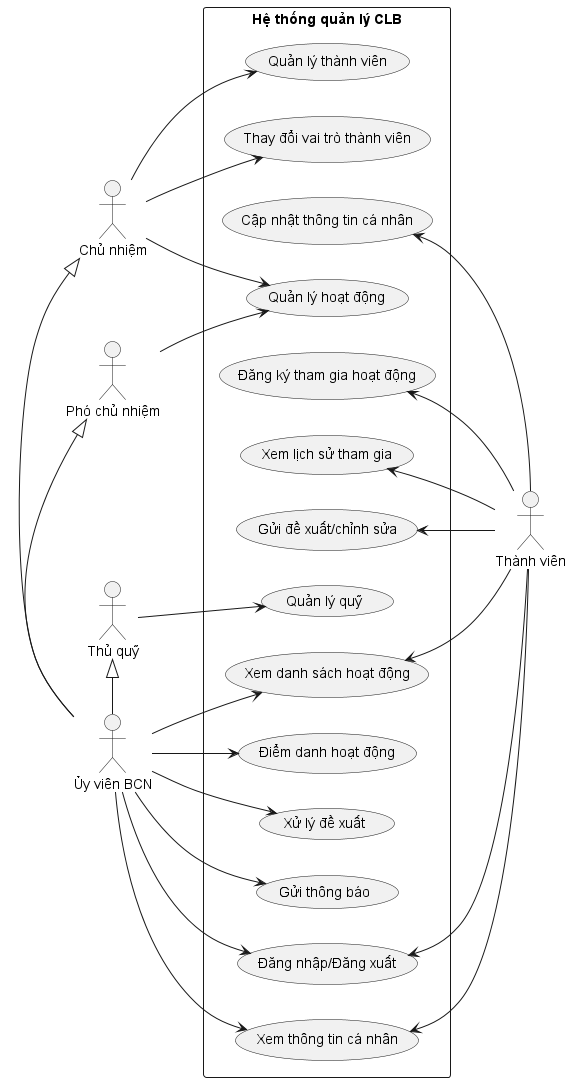
The PlantUML diagram out/d-usecase/d-usecase.png in ThanhdatOris/BookClub_MS, before a commit. Its diagram source:
```plantuml
@startuml
left to right direction
skinparam packageStyle rectangle

actor "Thành viên" as Member
actor "Ủy viên BCN" as UVBCN
actor "Chủ nhiệm" as CN
actor "Phó chủ nhiệm" as PCN

rectangle "Hệ thống quản lý CLB" {
    usecase "Đăng nhập/Đăng xuất" as UC1
    usecase "Xem thông tin cá nhân" as UC2
    usecase "Cập nhật thông tin cá nhân" as UC3
    usecase "Xem danh sách hoạt động" as UC4
    usecase "Đăng ký tham gia hoạt động" as UC5
    usecase "Xem lịch sử tham gia" as UC6
    usecase "Gửi đề xuất/chỉnh sửa" as UC7
    usecase "Điểm danh hoạt động" as UC8
    usecase "Xử lý đề xuất" as UC9
    usecase "Gửi thông báo" as UC10
    usecase "Quản lý thành viên" as UC11
    usecase "Thay đổi vai trò thành viên" as UC12
    usecase "Quản lý hoạt động" as UC13
    usecase "Quản lý quỹ" as UC14
}

UC1 <-- Member
UC2 <-- Member
UC3 <-- Member
UC4 <-- Member
UC5 <-- Member
UC6 <-- Member
UC7 <-- Member

UVBCN --> UC1
UVBCN --> UC2
UVBCN --> UC4
UVBCN --> UC8
UVBCN --> UC9
UVBCN --> UC10

CN <|- UVBCN
PCN <|- UVBCN

CN --> UC11
CN --> UC12
CN --> UC13

PCN --> UC13

actor "Thủ quỹ" as Treasurer
Treasurer <|- UVBCN
Treasurer --> UC14

@enduml
```
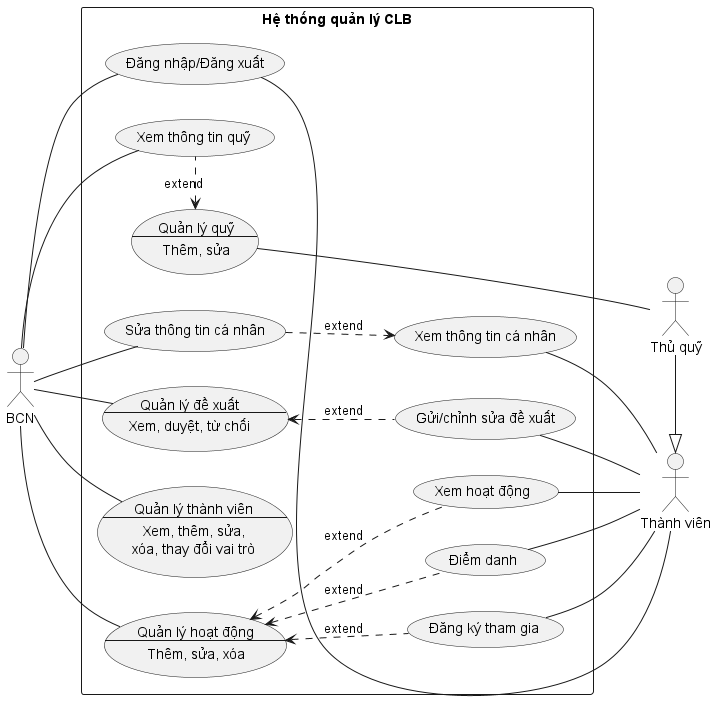
Above is the later version.

What changed in the source:
```diff
@@ -3,53 +3,58 @@
 skinparam packageStyle rectangle
 
 actor "Thành viên" as Member
-actor "Ủy viên BCN" as UVBCN
-actor "Chủ nhiệm" as CN
-actor "Phó chủ nhiệm" as PCN
+actor "BCN" as BCN
+actor "Thủ quỹ" as Treasurer
+Treasurer -|> Member
 
 rectangle "Hệ thống quản lý CLB" {
     usecase "Đăng nhập/Đăng xuất" as UC1
     usecase "Xem thông tin cá nhân" as UC2
-    usecase "Cập nhật thông tin cá nhân" as UC3
-    usecase "Xem danh sách hoạt động" as UC4
-    usecase "Đăng ký tham gia hoạt động" as UC5
-    usecase "Xem lịch sử tham gia" as UC6
-    usecase "Gửi đề xuất/chỉnh sửa" as UC7
-    usecase "Điểm danh hoạt động" as UC8
-    usecase "Xử lý đề xuất" as UC9
-    usecase "Gửi thông báo" as UC10
-    usecase "Quản lý thành viên" as UC11
-    usecase "Thay đổi vai trò thành viên" as UC12
-    usecase "Quản lý hoạt động" as UC13
-    usecase "Quản lý quỹ" as UC14
+    usecase "Sửa thông tin cá nhân" as UC3
+    usecase "Đăng ký tham gia" as UC4
+    usecase "Xem hoạt động" as UC5
+    usecase "Điểm danh" as UC6
+    usecase "Gửi/chỉnh sửa đề xuất" as UC7
+    usecase UC8 as "Quản lý đề xuất
+    --
+    Xem, duyệt, từ chối"
+
+    usecase UC9 as "Quản lý thành viên
+    --
+    Xem, thêm, sửa,
+    xóa, thay đổi vai trò"
+
+    usecase UC11 as "Quản lý hoạt động
+    --
+    Thêm, sửa, xóa"
+
+    usecase UC12 as "Quản lý quỹ
+    --
+    Thêm, sửa"
+
+
+    usecase "Xem thông tin quỹ" as UC13
 }
 
-UC1 <-- Member
-UC2 <-- Member
-UC3 <-- Member
-UC4 <-- Member
-UC5 <-- Member
-UC6 <-- Member
-UC7 <-- Member
+BCN -- UC1
+BCN -- UC3
+BCN -- UC8
+BCN -- UC9
+BCN -- UC11
+BCN -- UC13
 
-UVBCN --> UC1
-UVBCN --> UC2
-UVBCN --> UC4
-UVBCN --> UC8
-UVBCN --> UC9
-UVBCN --> UC10
+Member - UC1
+UC2 -- Member
+UC4 -- Member
+UC5 -- Member
+UC6 -- Member
+UC7 -- Member
 
-CN <|- UVBCN
-PCN <|- UVBCN
-
-CN --> UC11
-CN --> UC12
-CN --> UC13
-
-PCN --> UC13
-
-actor "Thủ quỹ" as Treasurer
-Treasurer <|- UVBCN
-Treasurer --> UC14
-
+UC12 -- Treasurer
+UC3 ..> UC2 : extend
+UC8 <.. UC7 : extend
+UC11 <.. UC4 : extend
+UC11 <.. UC5 : extend
+UC11 <.. UC6 : extend
+UC12 <. UC13 : extend
 @enduml
```
